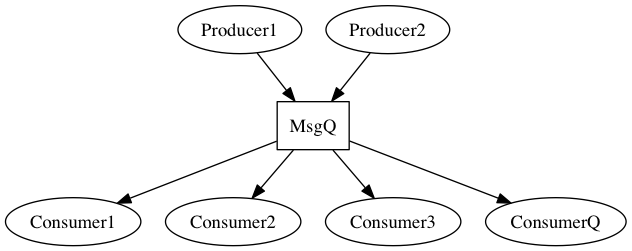
The Graphviz diagram images/sim.png in stevedoyle/msgqsim, before a commit. Its source is kept beside it as images/sim.dot.
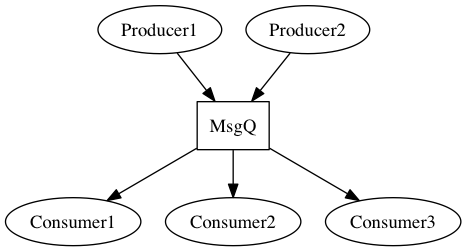
After the commit.

Commit message:
Fixing type in diagram

What changed in the source:
```diff
@@ -5,7 +5,6 @@
 
 Producer1 -> MsgQ;
 Producer2 -> MsgQ;
-MsgQ -> ConsumerQ;
 MsgQ -> Consumer1;
 MsgQ -> Consumer2;
 MsgQ -> Consumer3;
```
